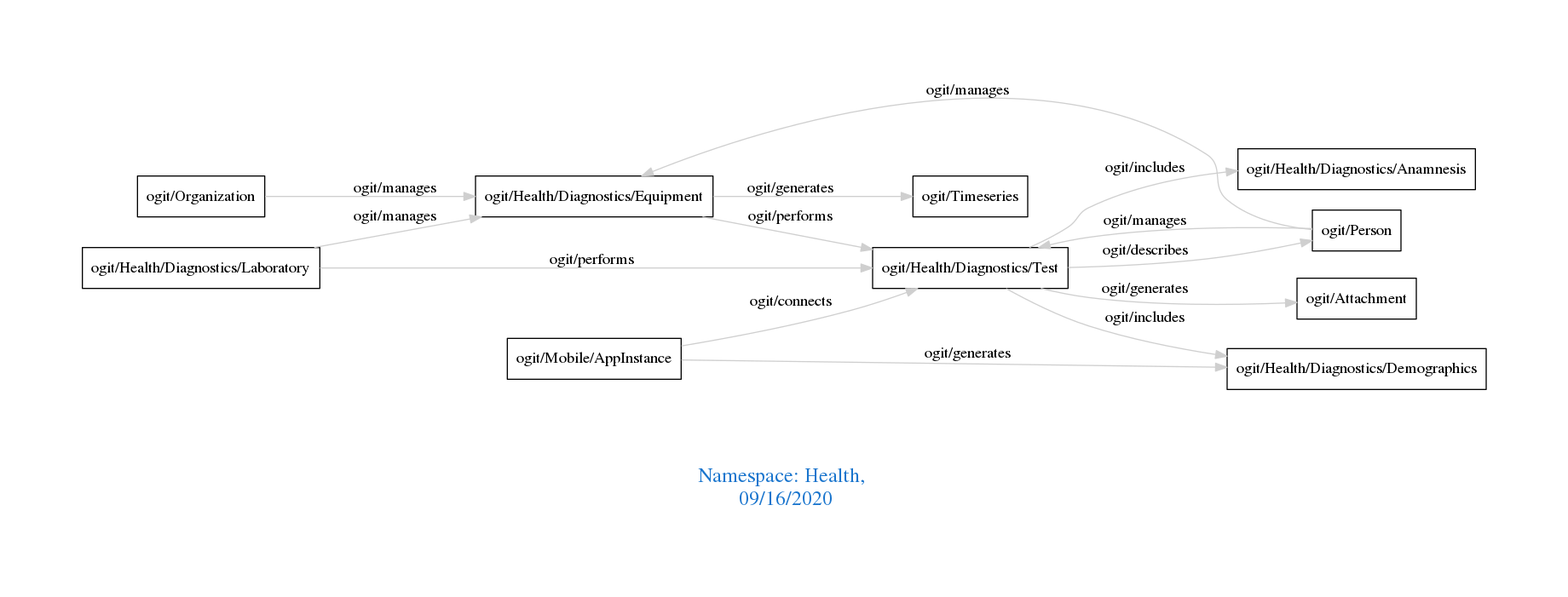
The Graphviz diagram downloads/Health.png in arago/OGIT, before a commit. Its source is kept beside it as downloads/Health.dot.
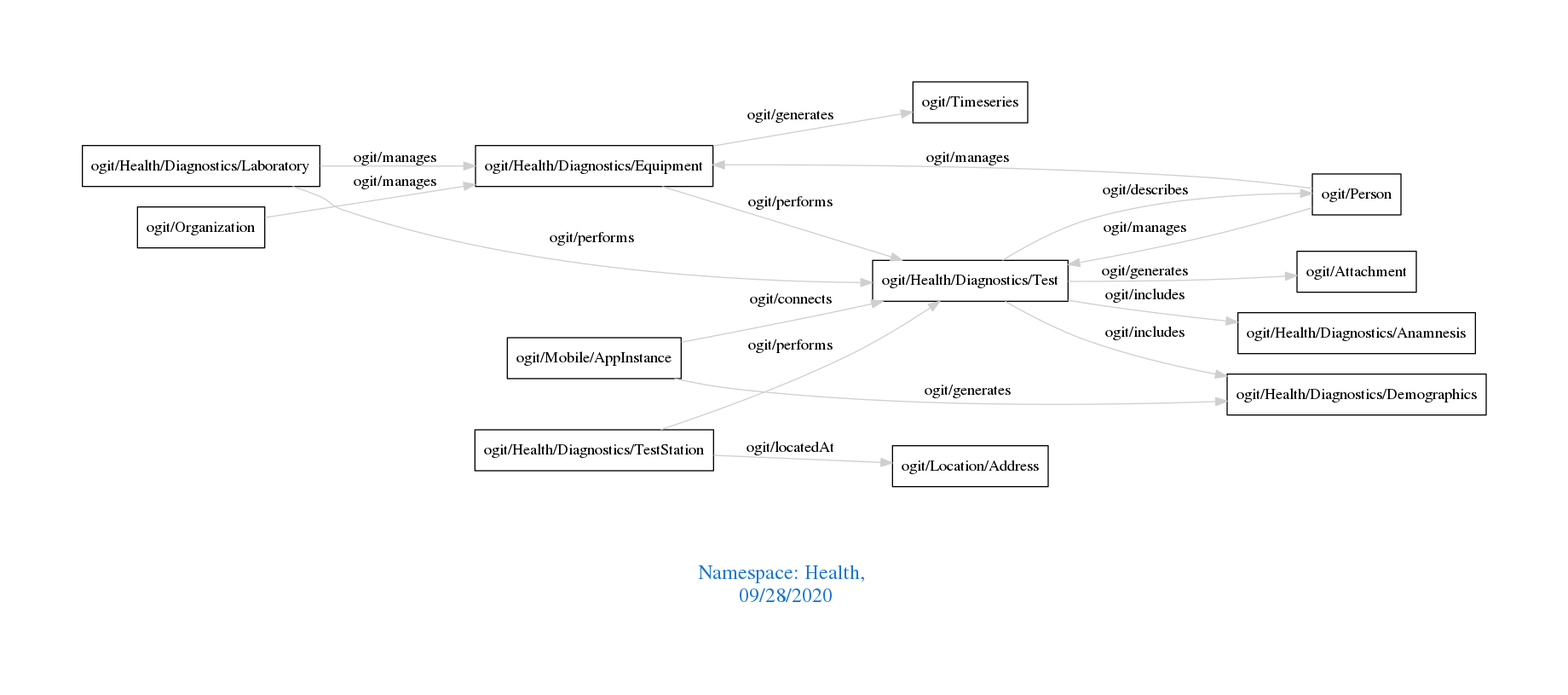
After the commit.

The edit, as a diff of the source:
```diff
@@ -1,7 +1,7 @@
 digraph OGIT_ontology {
  graph [ rankdir= LR,pad=1
 fontsize = 18,
-fontcolor= dodgerblue3,label = "\n\n\nNamespace: Health, \n 09/16/2020"];
+fontcolor= dodgerblue3,label = "\n\n\nNamespace: Health, \n 09/28/2020"];
 node[shape=polygon];
 edge [  color="gray81"];
 
@@ -12,10 +12,12 @@
    "ogit/Health/Diagnostics/Equipment" -> "ogit/Timeseries" [label="   ogit/generates    "];
    "ogit/Health/Diagnostics/Test" -> "ogit/Attachment" [label="   ogit/generates    "];
    "ogit/Mobile/AppInstance" -> "ogit/Health/Diagnostics/Demographics" [label="   ogit/generates    "];
+   "ogit/Health/Diagnostics/TestStation" -> "ogit/Location/Address" [label="   ogit/locatedAt    "];
    "ogit/Health/Diagnostics/Test" -> "ogit/Health/Diagnostics/Anamnesis" [label="   ogit/includes    "];
    "ogit/Health/Diagnostics/Test" -> "ogit/Health/Diagnostics/Demographics" [label="   ogit/includes    "];
    "ogit/Health/Diagnostics/Equipment" -> "ogit/Health/Diagnostics/Test" [label="   ogit/performs    "];
    "ogit/Health/Diagnostics/Laboratory" -> "ogit/Health/Diagnostics/Test" [label="   ogit/performs    "];
+   "ogit/Health/Diagnostics/TestStation" -> "ogit/Health/Diagnostics/Test" [label="   ogit/performs    "];
    "ogit/Health/Diagnostics/Test" -> "ogit/Person" [label="   ogit/describes    "];
    "ogit/Mobile/AppInstance" -> "ogit/Health/Diagnostics/Test" [label="   ogit/connects    "];
 }
```
